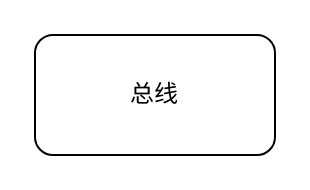
jy2015MyDream/MyDream keeps this draw.io diagram as 未命名绘图.drawio. Above is the earlier version. Source tidied: cells renumbered, new cells numbered last; positions are measured from the earlier drawing's top-left corner, leaving out a move shared by most shapes. Both pictures are drawn from the tidied source at 200%, with x=0, y=0 at pixel (34, 34).
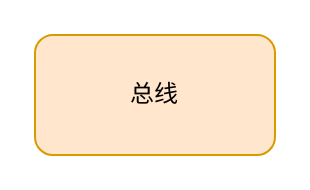
Above is the later version.

Commit message:
更新未命名绘图.drawio

Change to the diagram source:
```diff
@@
 <mxGraphModel>
   <root>
     <mxCell id="0" />
     <mxCell id="1" parent="0" />
-    <mxCell id="2" value="总线" style="rounded=1;whiteSpace=wrap;html=1;" parent="1" vertex="1">
+    <mxCell id="2" value="总线" style="rounded=1;whiteSpace=wrap;html=1;fillColor=#ffe6cc;strokeColor=#d79b00;" parent="1" vertex="1">
       <mxGeometry width="120" height="60" as="geometry" />
     </mxCell>
   </root>
 </mxGraphModel>
```
